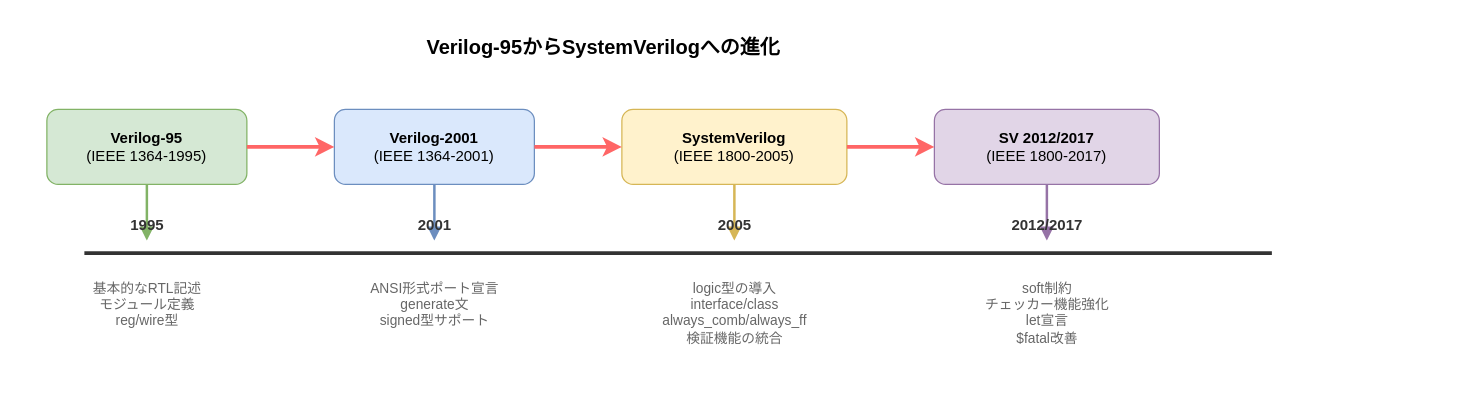
aquaxis/webdoc keeps this draw.io diagram as images/systemverilog-guidebook/ch01_hdl_evolution.drawio. Above is the earlier version. Source tidied: cells renumbered, new cells numbered last; positions are measured from the earlier drawing's top-left corner, leaving out a move shared by most shapes. Both pictures are drawn from the tidied source at 125%, with x=0, y=0 at pixel (46, 21).
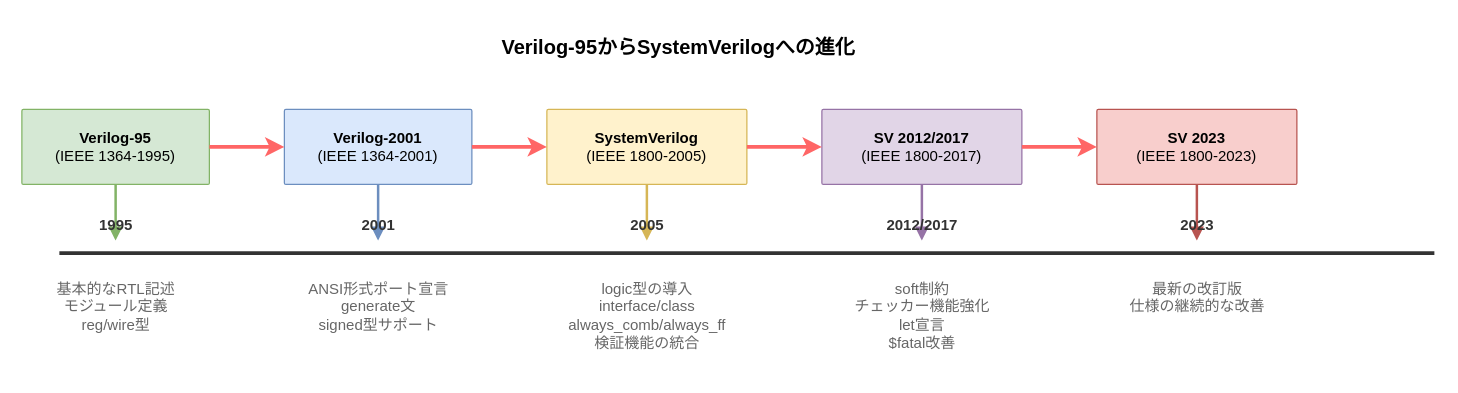
After the change.

Diff of the diagram source:
```diff
@@
     <mxCell id="2" value="&lt;b&gt;Verilog-95からSystemVerilogへの進化&lt;/b&gt;" style="text;html=1;align=center;verticalAlign=middle;strokeColor=none;fillColor=none;fontSize=16;" parent="1" vertex="1">
-      <mxGeometry x="270" width="350" height="40" as="geometry" />
+      <mxGeometry x="330" width="350" height="40" as="geometry" />
     </mxCell>
     <mxCell id="3" style="shape=line;strokeWidth=3;strokeColor=#333333;fillColor=none;" parent="1" vertex="1">
-      <mxGeometry x="30" y="180" width="950" height="10" as="geometry" />
+      <mxGeometry x="10" y="180" width="1100" height="10" as="geometry" />
     </mxCell>
-    <mxCell id="4" value="&lt;b&gt;Verilog-95&lt;/b&gt;&lt;br&gt;(IEEE 1364-1995)" style="rounded=1;whiteSpace=wrap;html=1;fillColor=#d5e8d4;strokeColor=#82b366;fontSize=12;" parent="1" vertex="1">
-      <mxGeometry y="70" width="160" height="60" as="geometry" />
+    <mxCell id="4" value="&lt;b&gt;Verilog-95&lt;/b&gt;&lt;br&gt;(IEEE 1364-1995)" style="rounded=1;whiteSpace=wrap;html=1;fillColor=#d5e8d4;strokeColor=#82b366;fontSize=12;arcSize=2;" parent="1" vertex="1">
+      <mxGeometry x="-20" y="70" width="150" height="60" as="geometry" />
     </mxCell>
     <mxCell id="5" style="endArrow=block;endFill=1;strokeWidth=2;strokeColor=#82b366;" parent="1" edge="1">
       <mxGeometry relative="1" as="geometry">
-        <mxPoint x="80" y="130" as="sourcePoint" />
-        <mxPoint x="80" y="175" as="targetPoint" />
+        <mxPoint x="55" y="130" as="sourcePoint" />
+        <mxPoint x="55" y="175" as="targetPoint" />
       </mxGeometry>
     </mxCell>
-    <mxCell id="6" value="&lt;font color=&quot;#666666&quot;&gt;基本的なRTL記述&lt;br&gt;モジュール定義&lt;br&gt;reg/wire型&lt;/font&gt;" style="text;html=1;align=center;verticalAlign=top;strokeColor=none;fillColor=none;fontSize=11;" parent="1" vertex="1">
-      <mxGeometry y="200" width="160" height="60" as="geometry" />
+    <mxCell id="6" value="&lt;font color=&quot;#666666&quot;&gt;基本的なRTL記述&lt;br&gt;モジュール定義&lt;br&gt;reg/wire型&lt;/font&gt;" style="text;html=1;align=center;verticalAlign=top;strokeColor=none;fillColor=none;fontSize=12;" parent="1" vertex="1">
+      <mxGeometry x="-20" y="200" width="150" height="60" as="geometry" />
     </mxCell>
-    <mxCell id="7" value="&lt;b&gt;Verilog-2001&lt;/b&gt;&lt;br&gt;(IEEE 1364-2001)" style="rounded=1;whiteSpace=wrap;html=1;fillColor=#dae8fc;strokeColor=#6c8ebf;fontSize=12;" parent="1" vertex="1">
-      <mxGeometry x="230" y="70" width="160" height="60" as="geometry" />
+    <mxCell id="7" value="&lt;b&gt;Verilog-2001&lt;/b&gt;&lt;br&gt;(IEEE 1364-2001)" style="rounded=1;whiteSpace=wrap;html=1;fillColor=#dae8fc;strokeColor=#6c8ebf;fontSize=12;arcSize=2;" parent="1" vertex="1">
+      <mxGeometry x="190" y="70" width="150" height="60" as="geometry" />
     </mxCell>
     <mxCell id="8" style="endArrow=block;endFill=1;strokeWidth=2;strokeColor=#6c8ebf;" parent="1" edge="1">
       <mxGeometry relative="1" as="geometry">
-        <mxPoint x="310" y="130" as="sourcePoint" />
-        <mxPoint x="310" y="175" as="targetPoint" />
+        <mxPoint x="265" y="130" as="sourcePoint" />
+        <mxPoint x="265" y="175" as="targetPoint" />
       </mxGeometry>
     </mxCell>
-    <mxCell id="9" value="&lt;font color=&quot;#666666&quot;&gt;ANSI形式ポート宣言&lt;br&gt;generate文&lt;br&gt;signed型サポート&lt;/font&gt;" style="text;html=1;align=center;verticalAlign=top;strokeColor=none;fillColor=none;fontSize=11;" parent="1" vertex="1">
-      <mxGeometry x="230" y="200" width="160" height="60" as="geometry" />
+    <mxCell id="9" value="&lt;font color=&quot;#666666&quot;&gt;ANSI形式ポート宣言&lt;br&gt;generate文&lt;br&gt;signed型サポート&lt;/font&gt;" style="text;html=1;align=center;verticalAlign=top;strokeColor=none;fillColor=none;fontSize=12;" parent="1" vertex="1">
+      <mxGeometry x="190" y="200" width="150" height="60" as="geometry" />
     </mxCell>
-    <mxCell id="10" value="&lt;b&gt;SystemVerilog&lt;/b&gt;&lt;br&gt;(IEEE 1800-2005)" style="rounded=1;whiteSpace=wrap;html=1;fillColor=#fff2cc;strokeColor=#d6b656;fontSize=12;" parent="1" vertex="1">
-      <mxGeometry x="460" y="70" width="180" height="60" as="geometry" />
+    <mxCell id="10" value="&lt;b&gt;SystemVerilog&lt;/b&gt;&lt;br&gt;(IEEE 1800-2005)" style="rounded=1;whiteSpace=wrap;html=1;fillColor=#fff2cc;strokeColor=#d6b656;fontSize=12;arcSize=2;" parent="1" vertex="1">
+      <mxGeometry x="400" y="70" width="160" height="60" as="geometry" />
     </mxCell>
     <mxCell id="11" style="endArrow=block;endFill=1;strokeWidth=2;strokeColor=#d6b656;" parent="1" edge="1">
       <mxGeometry relative="1" as="geometry">
-        <mxPoint x="550" y="130" as="sourcePoint" />
-        <mxPoint x="550" y="175" as="targetPoint" />
+        <mxPoint x="480" y="130" as="sourcePoint" />
+        <mxPoint x="480" y="175" as="targetPoint" />
       </mxGeometry>
     </mxCell>
-    <mxCell id="12" value="&lt;font color=&quot;#666666&quot;&gt;logic型の導入&lt;br&gt;interface/class&lt;br&gt;always_comb/always_ff&lt;br&gt;検証機能の統合&lt;/font&gt;" style="text;html=1;align=center;verticalAlign=top;strokeColor=none;fillColor=none;fontSize=11;" parent="1" vertex="1">
-      <mxGeometry x="460" y="200" width="180" height="80" as="geometry" />
+    <mxCell id="12" value="&lt;font color=&quot;#666666&quot;&gt;logic型の導入&lt;br&gt;interface/class&lt;br&gt;always_comb/always_ff&lt;br&gt;検証機能の統合&lt;/font&gt;" style="text;html=1;align=center;verticalAlign=top;strokeColor=none;fillColor=none;fontSize=12;" parent="1" vertex="1">
+      <mxGeometry x="400" y="200" width="160" height="80" as="geometry" />
     </mxCell>
-    <mxCell id="13" value="&lt;b&gt;SV 2012/2017&lt;/b&gt;&lt;br&gt;(IEEE 1800-2017)" style="rounded=1;whiteSpace=wrap;html=1;fillColor=#e1d5e7;strokeColor=#9673a6;fontSize=12;" parent="1" vertex="1">
-      <mxGeometry x="710" y="70" width="180" height="60" as="geometry" />
+    <mxCell id="13" value="&lt;b&gt;SV 2012/2017&lt;/b&gt;&lt;br&gt;(IEEE 1800-2017)" style="rounded=1;whiteSpace=wrap;html=1;fillColor=#e1d5e7;strokeColor=#9673a6;fontSize=12;arcSize=2;" parent="1" vertex="1">
+      <mxGeometry x="620" y="70" width="160" height="60" as="geometry" />
     </mxCell>
     <mxCell id="14" style="endArrow=block;endFill=1;strokeWidth=2;strokeColor=#9673a6;" parent="1" edge="1">
       <mxGeometry relative="1" as="geometry">
-        <mxPoint x="800" y="130" as="sourcePoint" />
-        <mxPoint x="800" y="175" as="targetPoint" />
+        <mxPoint x="700" y="130" as="sourcePoint" />
+        <mxPoint x="700" y="175" as="targetPoint" />
       </mxGeometry>
     </mxCell>
-    <mxCell id="15" value="&lt;font color=&quot;#666666&quot;&gt;soft制約&lt;br&gt;チェッカー機能強化&lt;br&gt;let宣言&lt;br&gt;$fatal改善&lt;/font&gt;" style="text;html=1;align=center;verticalAlign=top;strokeColor=none;fillColor=none;fontSize=11;" parent="1" vertex="1">
-      <mxGeometry x="710" y="200" width="180" height="80" as="geometry" />
+    <mxCell id="15" value="&lt;font color=&quot;#666666&quot;&gt;soft制約&lt;br&gt;チェッカー機能強化&lt;br&gt;let宣言&lt;br&gt;$fatal改善&lt;/font&gt;" style="text;html=1;align=center;verticalAlign=top;strokeColor=none;fillColor=none;fontSize=12;" parent="1" vertex="1">
+      <mxGeometry x="620" y="200" width="160" height="80" as="geometry" />
     </mxCell>
+    <mxCell id="23" value="&lt;b&gt;SV 2023&lt;/b&gt;&lt;br&gt;(IEEE 1800-2023)" style="rounded=1;whiteSpace=wrap;html=1;fillColor=#f8cecc;strokeColor=#b85450;fontSize=12;arcSize=2;" parent="1" vertex="1">
+      <mxGeometry x="840" y="70" width="160" height="60" as="geometry" />
+    </mxCell>
+    <mxCell id="24" style="endArrow=block;endFill=1;strokeWidth=2;strokeColor=#b85450;" parent="1" edge="1">
+      <mxGeometry relative="1" as="geometry">
+        <mxPoint x="920" y="130" as="sourcePoint" />
+        <mxPoint x="920" y="175" as="targetPoint" />
+      </mxGeometry>
+    </mxCell>
+    <mxCell id="25" value="&lt;font color=&quot;#666666&quot;&gt;最新の改訂版&lt;br&gt;仕様の継続的な改善&lt;/font&gt;" style="text;html=1;align=center;verticalAlign=top;strokeColor=none;fillColor=none;fontSize=12;" parent="1" vertex="1">
+      <mxGeometry x="840" y="200" width="160" height="60" as="geometry" />
+    </mxCell>
@@
+    <mxCell id="26" style="edgeStyle=orthogonalEdgeStyle;strokeWidth=3;strokeColor=#FF6666;entryX=0;entryY=0.5;exitX=1;exitY=0.5;" parent="1" edge="1" source="13" target="23">
+      <mxGeometry relative="1" as="geometry" />
+    </mxCell>
     <mxCell id="19" value="&lt;b&gt;1995&lt;/b&gt;" style="text;html=1;align=center;verticalAlign=middle;strokeColor=none;fillColor=none;fontSize=12;fontColor=#333333;" parent="1" vertex="1">
-      <mxGeometry x="50" y="150" width="60" height="25" as="geometry" />
+      <mxGeometry x="25" y="150" width="60" height="25" as="geometry" />
     </mxCell>
     <mxCell id="20" value="&lt;b&gt;2001&lt;/b&gt;" style="text;html=1;align=center;verticalAlign=middle;strokeColor=none;fillColor=none;fontSize=12;fontColor=#333333;" parent="1" vertex="1">
-      <mxGeometry x="280" y="150" width="60" height="25" as="geometry" />
+      <mxGeometry x="235" y="150" width="60" height="25" as="geometry" />
     </mxCell>
     <mxCell id="21" value="&lt;b&gt;2005&lt;/b&gt;" style="text;html=1;align=center;verticalAlign=middle;strokeColor=none;fillColor=none;fontSize=12;fontColor=#333333;" parent="1" vertex="1">
-      <mxGeometry x="520" y="150" width="60" height="25" as="geometry" />
+      <mxGeometry x="450" y="150" width="60" height="25" as="geometry" />
     </mxCell>
     <mxCell id="22" value="&lt;b&gt;2012/2017&lt;/b&gt;" style="text;html=1;align=center;verticalAlign=middle;strokeColor=none;fillColor=none;fontSize=12;fontColor=#333333;" parent="1" vertex="1">
-      <mxGeometry x="760" y="150" width="80" height="25" as="geometry" />
+      <mxGeometry x="660" y="150" width="80" height="25" as="geometry" />
     </mxCell>
+    <mxCell id="27" value="&lt;b&gt;2023&lt;/b&gt;" style="text;html=1;align=center;verticalAlign=middle;strokeColor=none;fillColor=none;fontSize=12;fontColor=#333333;" parent="1" vertex="1">
+      <mxGeometry x="890" y="150" width="60" height="25" as="geometry" />
+    </mxCell>
```
